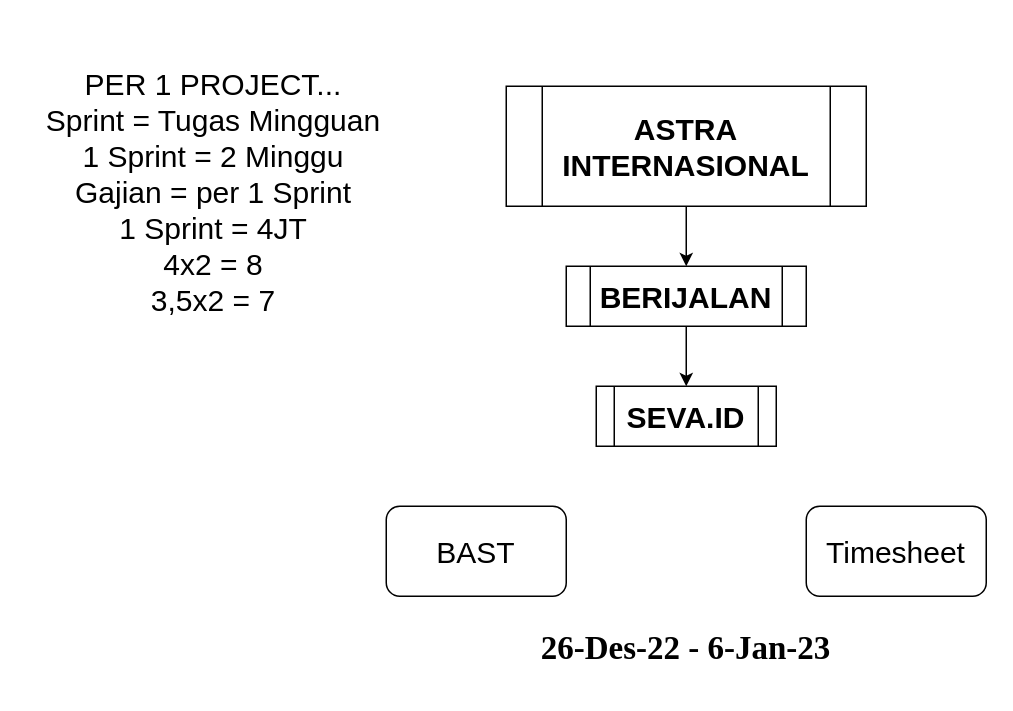
The draw.io diagram testing.drawio in jefripunza/jefripunza, before the edit. Source tidied: cells renumbered, new cells numbered last; positions are measured from the earlier drawing's top-left corner, leaving out a move shared by most shapes. Both pictures are drawn from the tidied source at 150%, with x=0, y=0 at pixel (26, 26).
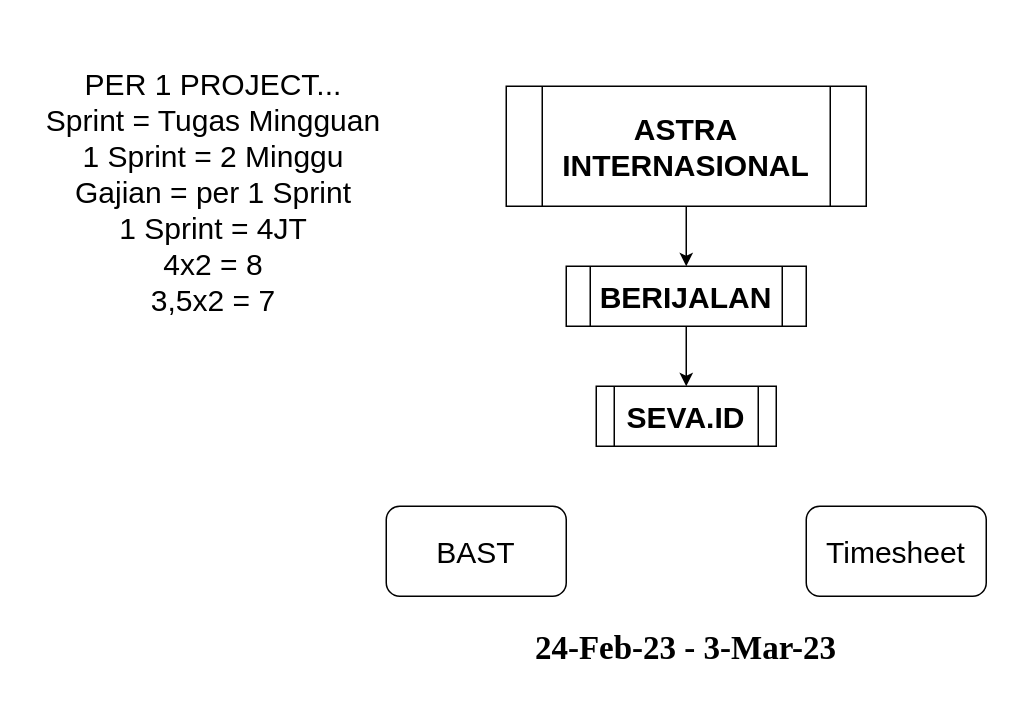
The same diagram, later.

The edit, as a diff of the source:
```diff
@@
 <mxGraphModel>
   <root>
     <mxCell id="0" />
     <mxCell id="1" parent="0" />
     <mxCell id="2" value="SEVA.ID" style="shape=process;whiteSpace=wrap;html=1;backgroundOutline=1;fontSize=20;fontStyle=1;" parent="1" vertex="1">
       <mxGeometry x="380" y="240" width="120" height="40" as="geometry" />
     </mxCell>
     <mxCell id="3" value="ASTRA INTERNASIONAL" style="shape=process;whiteSpace=wrap;html=1;backgroundOutline=1;fontSize=20;fontStyle=1;" parent="1" vertex="1">
       <mxGeometry x="320" y="40" width="240" height="80" as="geometry" />
     </mxCell>
     <mxCell id="4" value="BERIJALAN" style="shape=process;whiteSpace=wrap;html=1;backgroundOutline=1;fontSize=20;fontStyle=1;" parent="1" vertex="1">
       <mxGeometry x="360" y="160" width="160" height="40" as="geometry" />
     </mxCell>
     <mxCell id="5" style="endArrow=classic;html=1;rounded=0;fontSize=20;entryX=0.5;entryY=0;entryDx=0;entryDy=0;exitX=0.5;exitY=1;exitDx=0;exitDy=0;" parent="1" edge="1" source="3" target="4">
       <mxGeometry relative="1" as="geometry" />
     </mxCell>
     <mxCell id="6" style="endArrow=classic;html=1;rounded=0;fontSize=20;entryX=0.5;entryY=0;entryDx=0;entryDy=0;exitX=0.5;exitY=1;exitDx=0;exitDy=0;" parent="1" edge="1" source="4" target="2">
       <mxGeometry relative="1" as="geometry" />
     </mxCell>
     <mxCell id="7" value="PER 1 PROJECT...&lt;br&gt;Sprint = Tugas Mingguan&lt;br&gt;1 Sprint = 2 Minggu&lt;br&gt;Gajian = per 1 Sprint&lt;br&gt;1 Sprint = 4JT&lt;br&gt;4x2 = 8&lt;br&gt;3,5x2 = 7" style="text;html=1;strokeColor=none;fillColor=none;align=center;verticalAlign=middle;whiteSpace=wrap;rounded=0;fontSize=20;" parent="1" vertex="1">
       <mxGeometry width="250" height="220" as="geometry" />
     </mxCell>
     <mxCell id="8" value="BAST" style="rounded=1;whiteSpace=wrap;html=1;fontSize=20;" parent="1" vertex="1">
       <mxGeometry x="240" y="320" width="120" height="60" as="geometry" />
     </mxCell>
     <mxCell id="9" value="Timesheet" style="rounded=1;whiteSpace=wrap;html=1;fontSize=20;" parent="1" vertex="1">
       <mxGeometry x="520" y="320" width="120" height="60" as="geometry" />
     </mxCell>
-    <mxCell id="10" value="&lt;span style=&quot;font-family: &amp;quot;Times New Roman&amp;quot;, serif;&quot; lang=&quot;id&quot;&gt;&lt;font style=&quot;font-size: 22px;&quot;&gt;26-Des-22 - 6-Jan-23&lt;/font&gt;&lt;/span&gt;" style="text;html=1;strokeColor=none;fillColor=none;align=center;verticalAlign=middle;whiteSpace=wrap;rounded=0;fontSize=20;fontStyle=1;" parent="1" vertex="1">
+    <mxCell id="10" value="&lt;span style=&quot;font-family: &amp;quot;Times New Roman&amp;quot;, serif;&quot; lang=&quot;id&quot;&gt;&lt;font style=&quot;font-size: 22px;&quot;&gt;24-Feb-23 - 3-Mar-23&lt;/font&gt;&lt;/span&gt;" style="text;html=1;strokeColor=none;fillColor=none;align=center;verticalAlign=middle;whiteSpace=wrap;rounded=0;fontSize=20;fontStyle=1;" parent="1" vertex="1">
       <mxGeometry x="310" y="390" width="260" height="50" as="geometry" />
     </mxCell>
   </root>
 </mxGraphModel>
```
